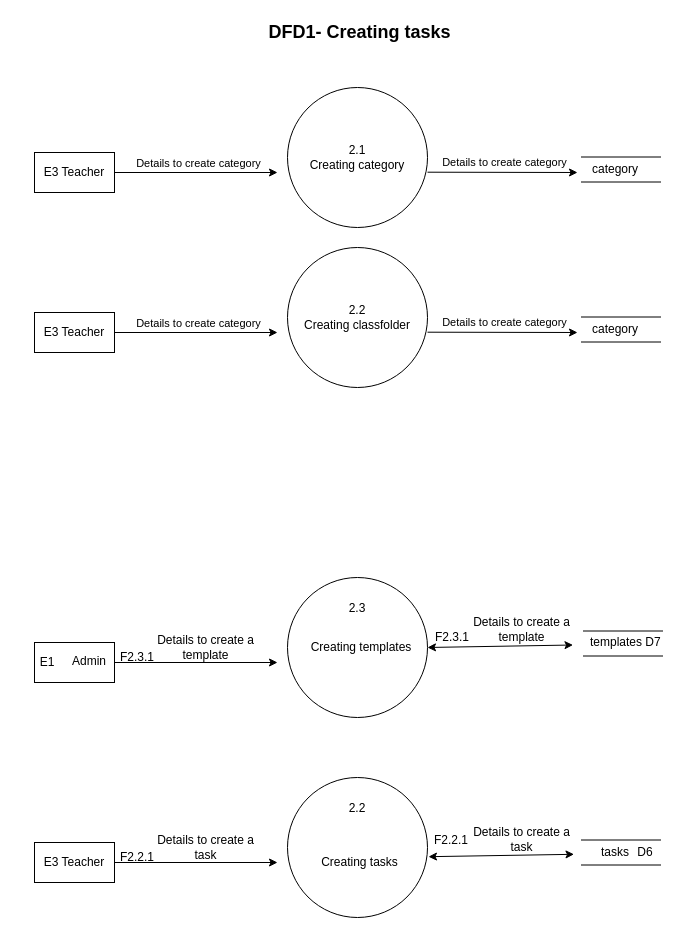
The draw.io diagram page "DFD 1 Manage task" (4 of 5) of code/docs/diagrams.drawio in alsousha/projectFinish, before the edit. Source tidied: cells renumbered, new cells numbered last; positions are measured from the earlier drawing's top-left corner, leaving out a move shared by most shapes. Both pictures are drawn from the tidied source at 100%, with x=0, y=0 at pixel (17, 17).
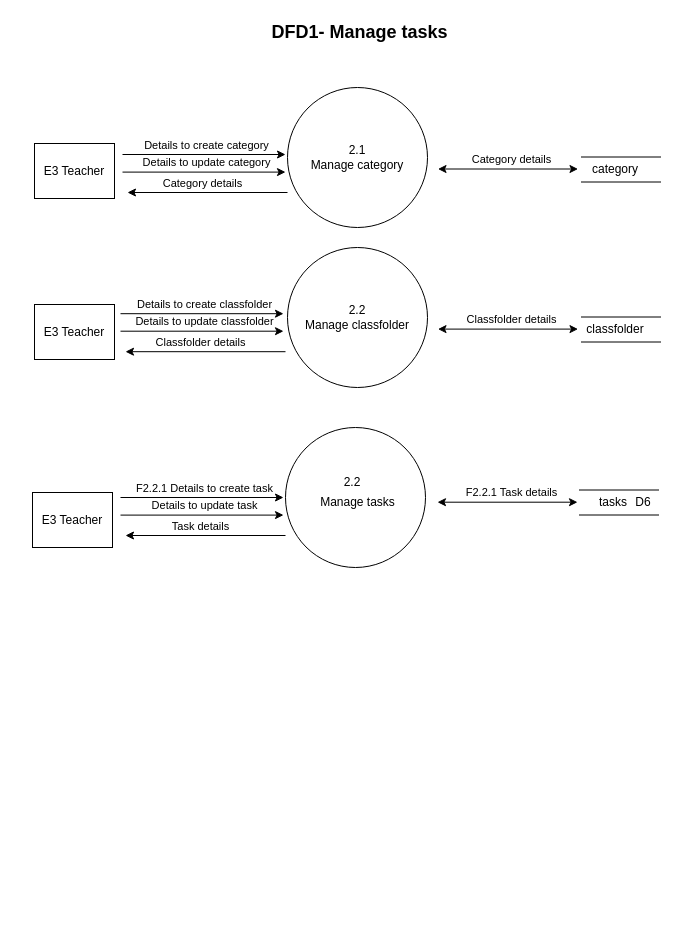
Above is the later version.

Change to the diagram source:
```diff
@@
-    <mxCell id="2" value="&lt;font style=&quot;&quot;&gt;&lt;span style=&quot;font-size: 18px;&quot;&gt;&lt;b&gt;DFD1- Creating tasks&amp;nbsp;&lt;/b&gt;&lt;/span&gt;&lt;/font&gt;" style="text;html=1;strokeColor=none;fillColor=none;align=center;verticalAlign=middle;whiteSpace=wrap;rounded=0;" parent="1" vertex="1">
+    <mxCell id="2" value="&lt;font&gt;&lt;span style=&quot;font-size: 18px&quot;&gt;&lt;b&gt;DFD1- Manage tasks&amp;nbsp;&lt;/b&gt;&lt;/span&gt;&lt;/font&gt;" style="text;html=1;strokeColor=none;fillColor=none;align=center;verticalAlign=middle;whiteSpace=wrap;rounded=0;" parent="1" vertex="1">
       <mxGeometry x="230" width="230" height="30" as="geometry" />
     </mxCell>
-    <mxCell id="3" value="2.1&lt;br&gt;Creating category" style="ellipse;whiteSpace=wrap;html=1;rounded=0;" parent="1" vertex="1">
+    <mxCell id="3" value="2.1&lt;br&gt;Manage category" style="ellipse;whiteSpace=wrap;html=1;rounded=0;" parent="1" vertex="1">
       <mxGeometry x="270" y="70" width="140" height="140" as="geometry" />
     </mxCell>
@@
     <mxCell id="7" value="E3 Teacher" style="rounded=0;whiteSpace=wrap;html=1;" parent="1" vertex="1">
-      <mxGeometry x="17" y="135" width="80" height="40" as="geometry" />
+      <mxGeometry x="17" y="126" width="80" height="55" as="geometry" />
     </mxCell>
     <mxCell id="8" style="endArrow=classic;html=1;rounded=0;" parent="1" edge="1">
       <mxGeometry relative="1" as="geometry">
-        <mxPoint x="97" y="155" as="sourcePoint" />
-        <mxPoint x="260" y="155" as="targetPoint" />
+        <mxPoint x="105" y="137" as="sourcePoint" />
+        <mxPoint x="268" y="137" as="targetPoint" />
       </mxGeometry>
     </mxCell>
@@
-    <mxCell id="10" style="ellipse;whiteSpace=wrap;html=1;rounded=0;" parent="1" vertex="1">
-      <mxGeometry x="270" y="560" width="140" height="140" as="geometry" />
-    </mxCell>
-    <mxCell id="11" value="2.3" style="text;html=1;strokeColor=none;fillColor=none;align=center;verticalAlign=middle;whiteSpace=wrap;rounded=0;" parent="1" vertex="1">
-      <mxGeometry x="310" y="576" width="60" height="30" as="geometry" />
-    </mxCell>
-    <mxCell id="12" value="Creating templates" style="text;html=1;strokeColor=none;fillColor=none;align=center;verticalAlign=middle;whiteSpace=wrap;rounded=0;" parent="1" vertex="1">
-      <mxGeometry x="288" y="615" width="112" height="30" as="geometry" />
-    </mxCell>
-    <mxCell id="13" style="endArrow=none;html=1;rounded=0;" parent="1" edge="1">
-      <mxGeometry relative="1" as="geometry">
-        <mxPoint x="565.5" y="638.5" as="sourcePoint" />
-        <mxPoint x="645.5" y="638.5" as="targetPoint" />
-      </mxGeometry>
-    </mxCell>
-    <mxCell id="14" style="endArrow=none;html=1;rounded=0;" parent="1" edge="1">
-      <mxGeometry relative="1" as="geometry">
-        <mxPoint x="565.5" y="613.5" as="sourcePoint" />
-        <mxPoint x="645.5" y="613.5" as="targetPoint" />
-        <Array as="points">
-          <mxPoint x="645.5" y="613.5" />
-        </Array>
-      </mxGeometry>
-    </mxCell>
-    <mxCell id="15" value="templates" style="text;html=1;strokeColor=none;fillColor=none;align=center;verticalAlign=middle;whiteSpace=wrap;rounded=0;" parent="1" vertex="1">
-      <mxGeometry x="569" y="610" width="60" height="30" as="geometry" />
-    </mxCell>
-    <mxCell id="16" style="rounded=0;whiteSpace=wrap;html=1;" parent="1" vertex="1">
-      <mxGeometry x="17" y="625" width="80" height="40" as="geometry" />
-    </mxCell>
-    <mxCell id="17" value="E1" style="text;html=1;strokeColor=none;fillColor=none;align=center;verticalAlign=middle;whiteSpace=wrap;rounded=0;" parent="1" vertex="1">
-      <mxGeometry y="630" width="60" height="30" as="geometry" />
-    </mxCell>
-    <mxCell id="18" style="endArrow=classic;html=1;rounded=0;" parent="1" edge="1">
-      <mxGeometry relative="1" as="geometry">
-        <mxPoint x="97" y="645" as="sourcePoint" />
-        <mxPoint x="260" y="645" as="targetPoint" />
-      </mxGeometry>
-    </mxCell>
-    <mxCell id="19" style="endArrow=classic;startArrow=classic;html=1;rounded=0;exitX=1;exitY=0.5;exitDx=0;exitDy=0;" parent="1" edge="1" source="10">
-      <mxGeometry relative="1" as="geometry">
-        <mxPoint x="555.5" y="627.5" as="targetPoint" />
-      </mxGeometry>
-    </mxCell>
-    <mxCell id="20" value="Details to create a template" style="text;html=1;strokeColor=none;fillColor=none;align=center;verticalAlign=middle;whiteSpace=wrap;rounded=0;" parent="1" vertex="1">
-      <mxGeometry x="445.5" y="597" width="117" height="30" as="geometry" />
-    </mxCell>
-    <mxCell id="21" value="F2.3.1" style="text;html=1;strokeColor=none;fillColor=none;align=center;verticalAlign=middle;whiteSpace=wrap;rounded=0;" parent="1" vertex="1">
-      <mxGeometry x="90" y="625" width="60" height="30" as="geometry" />
-    </mxCell>
-    <mxCell id="22" value="Admin" style="text;html=1;strokeColor=none;fillColor=none;align=center;verticalAlign=middle;whiteSpace=wrap;rounded=0;" parent="1" vertex="1">
-      <mxGeometry x="42" y="629" width="60" height="30" as="geometry" />
-    </mxCell>
-    <mxCell id="23" value="Details to create a template" style="text;html=1;strokeColor=none;fillColor=none;align=center;verticalAlign=middle;whiteSpace=wrap;rounded=0;" parent="1" vertex="1">
-      <mxGeometry x="130" y="615" width="117" height="30" as="geometry" />
-    </mxCell>
-    <mxCell id="24" value="F2.3.1" style="text;html=1;strokeColor=none;fillColor=none;align=center;verticalAlign=middle;whiteSpace=wrap;rounded=0;" parent="1" vertex="1">
-      <mxGeometry x="405" y="605" width="60" height="30" as="geometry" />
-    </mxCell>
-    <mxCell id="25" value="D7" style="text;html=1;strokeColor=none;fillColor=none;align=center;verticalAlign=middle;whiteSpace=wrap;rounded=0;" parent="1" vertex="1">
-      <mxGeometry x="606" y="610" width="60" height="30" as="geometry" />
-    </mxCell>
     <mxCell id="26" style="ellipse;whiteSpace=wrap;html=1;rounded=0;" parent="1" vertex="1">
-      <mxGeometry x="270" y="760" width="140" height="140" as="geometry" />
+      <mxGeometry x="268" y="410" width="140" height="140" as="geometry" />
     </mxCell>
     <mxCell id="27" value="2.2" style="text;html=1;strokeColor=none;fillColor=none;align=center;verticalAlign=middle;whiteSpace=wrap;rounded=0;" parent="1" vertex="1">
-      <mxGeometry x="310" y="776" width="60" height="30" as="geometry" />
+      <mxGeometry x="305" y="450" width="60" height="30" as="geometry" />
     </mxCell>
-    <mxCell id="28" value="Creating tasks" style="text;html=1;strokeColor=none;fillColor=none;align=center;verticalAlign=middle;whiteSpace=wrap;rounded=0;" parent="1" vertex="1">
-      <mxGeometry x="295" y="830" width="95" height="30" as="geometry" />
+    <mxCell id="28" value="Manage tasks" style="text;html=1;strokeColor=none;fillColor=none;align=center;verticalAlign=middle;whiteSpace=wrap;rounded=0;" parent="1" vertex="1">
+      <mxGeometry x="292.5" y="445" width="95" height="80" as="geometry" />
     </mxCell>
     <mxCell id="29" style="endArrow=none;html=1;rounded=0;" parent="1" edge="1">
       <mxGeometry relative="1" as="geometry">
-        <mxPoint x="563.5" y="847.5" as="sourcePoint" />
-        <mxPoint x="643.5" y="847.5" as="targetPoint" />
+        <mxPoint x="561.5" y="497.5" as="sourcePoint" />
+        <mxPoint x="641.5" y="497.5" as="targetPoint" />
       </mxGeometry>
     </mxCell>
     <mxCell id="30" style="endArrow=none;html=1;rounded=0;" parent="1" edge="1">
       <mxGeometry relative="1" as="geometry">
-        <mxPoint x="563.5" y="822.5" as="sourcePoint" />
-        <mxPoint x="643.5" y="822.5" as="targetPoint" />
+        <mxPoint x="561.5" y="472.5" as="sourcePoint" />
+        <mxPoint x="641.5" y="472.5" as="targetPoint" />
         <Array as="points">
-          <mxPoint x="643.5" y="822.5" />
+          <mxPoint x="641.5" y="472.5" />
         </Array>
       </mxGeometry>
     </mxCell>
     <mxCell id="31" value="tasks" style="text;html=1;strokeColor=none;fillColor=none;align=center;verticalAlign=middle;whiteSpace=wrap;rounded=0;" parent="1" vertex="1">
-      <mxGeometry x="568" y="820" width="60" height="30" as="geometry" />
+      <mxGeometry x="566" y="470" width="60" height="30" as="geometry" />
     </mxCell>
     <mxCell id="32" value="E3 Teacher" style="rounded=0;whiteSpace=wrap;html=1;" parent="1" vertex="1">
-      <mxGeometry x="17" y="825" width="80" height="40" as="geometry" />
+      <mxGeometry x="15" y="475" width="80" height="55" as="geometry" />
     </mxCell>
-    <mxCell id="33" style="endArrow=classic;html=1;rounded=0;" parent="1" edge="1">
-      <mxGeometry relative="1" as="geometry">
-        <mxPoint x="97" y="845" as="sourcePoint" />
-        <mxPoint x="260" y="845" as="targetPoint" />
-      </mxGeometry>
-    </mxCell>
-    <mxCell id="34" value="Details to create a task" style="text;html=1;strokeColor=none;fillColor=none;align=center;verticalAlign=middle;whiteSpace=wrap;rounded=0;" parent="1" vertex="1">
-      <mxGeometry x="445.5" y="807" width="117" height="30" as="geometry" />
-    </mxCell>
-    <mxCell id="35" value="F2.2.1" style="text;html=1;strokeColor=none;fillColor=none;align=center;verticalAlign=middle;whiteSpace=wrap;rounded=0;" parent="1" vertex="1">
-      <mxGeometry x="90" y="825" width="60" height="30" as="geometry" />
-    </mxCell>
-    <mxCell id="36" value="Details to create a task" style="text;html=1;strokeColor=none;fillColor=none;align=center;verticalAlign=middle;whiteSpace=wrap;rounded=0;" parent="1" vertex="1">
-      <mxGeometry x="130" y="815" width="117" height="30" as="geometry" />
-    </mxCell>
-    <mxCell id="37" value="F2.2.1" style="text;html=1;strokeColor=none;fillColor=none;align=center;verticalAlign=middle;whiteSpace=wrap;rounded=0;" parent="1" vertex="1">
-      <mxGeometry x="404" y="808" width="60" height="30" as="geometry" />
-    </mxCell>
-    <mxCell id="38" style="endArrow=classic;startArrow=classic;html=1;rounded=0;exitX=1;exitY=0.5;exitDx=0;exitDy=0;" parent="1" edge="1">
-      <mxGeometry relative="1" as="geometry">
-        <mxPoint x="411" y="839.2" as="sourcePoint" />
-        <mxPoint x="556.5" y="836.8" as="targetPoint" />
-      </mxGeometry>
-    </mxCell>
     <mxCell id="39" value="D6" style="text;html=1;strokeColor=none;fillColor=none;align=center;verticalAlign=middle;whiteSpace=wrap;rounded=0;" parent="1" vertex="1">
-      <mxGeometry x="598" y="820" width="60" height="30" as="geometry" />
+      <mxGeometry x="596" y="470" width="60" height="30" as="geometry" />
     </mxCell>
-    <mxCell id="40" style="endArrow=classic;html=1;rounded=0;" parent="1" edge="1">
-      <mxGeometry relative="1" as="geometry">
-        <mxPoint x="410" y="154.7" as="sourcePoint" />
-        <mxPoint x="560" y="155" as="targetPoint" />
-      </mxGeometry>
-    </mxCell>
-    <mxCell id="41" value="Details to create category" style="edgeLabel;html=1;align=center;verticalAlign=middle;" parent="40" vertex="1">
-      <mxGeometry x="0.1" y="-1" relative="1" as="geometry">
-        <mxPoint x="-6.7" y="-11" as="offset" />
-      </mxGeometry>
-    </mxCell>
-    <mxCell id="42" value="2.2&lt;br&gt;Creating classfolder" style="ellipse;whiteSpace=wrap;html=1;rounded=0;" parent="1" vertex="1">
+    <mxCell id="42" value="2.2&lt;br&gt;Manage classfolder" style="ellipse;whiteSpace=wrap;html=1;rounded=0;" parent="1" vertex="1">
       <mxGeometry x="270" y="230" width="140" height="140" as="geometry" />
     </mxCell>
@@
-    <mxCell id="45" value="category" style="text;html=1;strokeColor=none;fillColor=none;align=center;verticalAlign=middle;whiteSpace=wrap;rounded=0;" parent="1" vertex="1">
+    <mxCell id="45" value="classfolder" style="text;html=1;strokeColor=none;fillColor=none;align=center;verticalAlign=middle;whiteSpace=wrap;rounded=0;" parent="1" vertex="1">
       <mxGeometry x="568" y="297" width="60" height="30" as="geometry" />
     </mxCell>
     <mxCell id="46" value="E3 Teacher" style="rounded=0;whiteSpace=wrap;html=1;" parent="1" vertex="1">
-      <mxGeometry x="17" y="295" width="80" height="40" as="geometry" />
+      <mxGeometry x="17" y="287" width="80" height="55" as="geometry" />
     </mxCell>
-    <mxCell id="47" style="endArrow=classic;html=1;rounded=0;" parent="1" edge="1">
-      <mxGeometry relative="1" as="geometry">
-        <mxPoint x="97" y="315" as="sourcePoint" />
-        <mxPoint x="260" y="315" as="targetPoint" />
-      </mxGeometry>
-    </mxCell>
-    <mxCell id="48" value="Details to create category" style="edgeLabel;html=1;align=center;verticalAlign=middle;" parent="47" vertex="1">
-      <mxGeometry x="0.1" y="-1" relative="1" as="geometry">
-        <mxPoint x="-6.7" y="-11" as="offset" />
-      </mxGeometry>
-    </mxCell>
-    <mxCell id="49" style="endArrow=classic;html=1;rounded=0;" parent="1" edge="1">
-      <mxGeometry relative="1" as="geometry">
-        <mxPoint x="410" y="314.7" as="sourcePoint" />
-        <mxPoint x="560" y="315" as="targetPoint" />
-      </mxGeometry>
-    </mxCell>
-    <mxCell id="50" value="Details to create category" style="edgeLabel;html=1;align=center;verticalAlign=middle;" parent="49" vertex="1">
-      <mxGeometry x="0.1" y="-1" relative="1" as="geometry">
-        <mxPoint x="-6.7" y="-11" as="offset" />
-      </mxGeometry>
-    </mxCell>
+    <mxCell id="51" style="endArrow=classic;html=1;rounded=0;" parent="1" edge="1">
+      <mxGeometry relative="1" as="geometry">
+        <mxPoint x="105" y="154.6" as="sourcePoint" />
+        <mxPoint x="268" y="154.6" as="targetPoint" />
+      </mxGeometry>
+    </mxCell>
+    <mxCell id="52" value="Details to update category" style="edgeLabel;html=1;align=center;verticalAlign=middle;" parent="51" vertex="1">
+      <mxGeometry x="0.1" y="-1" relative="1" as="geometry">
+        <mxPoint x="-6.7" y="-11" as="offset" />
+      </mxGeometry>
+    </mxCell>
+    <mxCell id="53" style="endArrow=classic;startArrow=classic;html=1;" parent="1" edge="1">
+      <mxGeometry relative="1" as="geometry">
+        <mxPoint x="420.5" y="151.5" as="sourcePoint" />
+        <mxPoint x="560.5" y="151.5" as="targetPoint" />
+      </mxGeometry>
+    </mxCell>
+    <mxCell id="54" value="Category details" style="edgeLabel;html=1;align=center;verticalAlign=middle;" parent="53" vertex="1">
+      <mxGeometry x="0.18" y="-3" relative="1" as="geometry">
+        <mxPoint x="-10" y="-13" as="offset" />
+      </mxGeometry>
+    </mxCell>
+    <mxCell id="55" style="endArrow=classic;html=1;" parent="1" edge="1">
+      <mxGeometry relative="1" as="geometry">
+        <mxPoint x="270" y="175" as="sourcePoint" />
+        <mxPoint x="110" y="175" as="targetPoint" />
+      </mxGeometry>
+    </mxCell>
+    <mxCell id="56" value="Category details" style="edgeLabel;html=1;align=center;verticalAlign=middle;" parent="55" vertex="1">
+      <mxGeometry x="0.23" y="2" relative="1" as="geometry">
+        <mxPoint x="12.5" y="-12" as="offset" />
+      </mxGeometry>
+    </mxCell>
+    <mxCell id="57" style="endArrow=classic;startArrow=classic;html=1;" parent="1" edge="1">
+      <mxGeometry relative="1" as="geometry">
+        <mxPoint x="420.5" y="311.6" as="sourcePoint" />
+        <mxPoint x="560.5" y="311.6" as="targetPoint" />
+      </mxGeometry>
+    </mxCell>
+    <mxCell id="58" value="Classfolder details" style="edgeLabel;html=1;align=center;verticalAlign=middle;" parent="57" vertex="1">
+      <mxGeometry x="0.18" y="-3" relative="1" as="geometry">
+        <mxPoint x="-10" y="-13" as="offset" />
+      </mxGeometry>
+    </mxCell>
+    <mxCell id="59" style="endArrow=classic;html=1;rounded=0;" parent="1" edge="1">
+      <mxGeometry relative="1" as="geometry">
+        <mxPoint x="103" y="296.2" as="sourcePoint" />
+        <mxPoint x="266" y="296.2" as="targetPoint" />
+      </mxGeometry>
+    </mxCell>
+    <mxCell id="60" value="Details to create classfolder" style="edgeLabel;html=1;align=center;verticalAlign=middle;" parent="59" vertex="1">
+      <mxGeometry x="0.1" y="-1" relative="1" as="geometry">
+        <mxPoint x="-6.7" y="-11" as="offset" />
+      </mxGeometry>
+    </mxCell>
+    <mxCell id="61" style="endArrow=classic;html=1;rounded=0;" parent="1" edge="1">
+      <mxGeometry relative="1" as="geometry">
+        <mxPoint x="103" y="313.7" as="sourcePoint" />
+        <mxPoint x="266" y="313.7" as="targetPoint" />
+      </mxGeometry>
+    </mxCell>
+    <mxCell id="62" value="Details to update classfolder" style="edgeLabel;html=1;align=center;verticalAlign=middle;" parent="61" vertex="1">
+      <mxGeometry x="0.1" y="-1" relative="1" as="geometry">
+        <mxPoint x="-6.7" y="-11" as="offset" />
+      </mxGeometry>
+    </mxCell>
+    <mxCell id="63" style="endArrow=classic;html=1;" parent="1" edge="1">
+      <mxGeometry relative="1" as="geometry">
+        <mxPoint x="268" y="334.2" as="sourcePoint" />
+        <mxPoint x="108" y="334.2" as="targetPoint" />
+      </mxGeometry>
+    </mxCell>
+    <mxCell id="64" value="Classfolder details" style="edgeLabel;html=1;align=center;verticalAlign=middle;" parent="63" vertex="1">
+      <mxGeometry x="0.23" y="2" relative="1" as="geometry">
+        <mxPoint x="12.5" y="-12" as="offset" />
+      </mxGeometry>
+    </mxCell>
+    <mxCell id="65" style="endArrow=classic;html=1;rounded=0;" parent="1" edge="1">
+      <mxGeometry relative="1" as="geometry">
+        <mxPoint x="103" y="480" as="sourcePoint" />
+        <mxPoint x="266" y="480" as="targetPoint" />
+      </mxGeometry>
+    </mxCell>
+    <mxCell id="66" value="F2.2.1 Details to create task" style="edgeLabel;html=1;align=center;verticalAlign=middle;" parent="65" vertex="1">
+      <mxGeometry x="0.1" y="-1" relative="1" as="geometry">
+        <mxPoint x="-6.7" y="-11" as="offset" />
+      </mxGeometry>
+    </mxCell>
+    <mxCell id="67" style="endArrow=classic;html=1;rounded=0;" parent="1" edge="1">
+      <mxGeometry relative="1" as="geometry">
+        <mxPoint x="103" y="497.6" as="sourcePoint" />
+        <mxPoint x="266" y="497.6" as="targetPoint" />
+      </mxGeometry>
+    </mxCell>
+    <mxCell id="68" value="Details to update task" style="edgeLabel;html=1;align=center;verticalAlign=middle;" parent="67" vertex="1">
+      <mxGeometry x="0.1" y="-1" relative="1" as="geometry">
+        <mxPoint x="-6.7" y="-11" as="offset" />
+      </mxGeometry>
+    </mxCell>
+    <mxCell id="69" style="endArrow=classic;html=1;" parent="1" edge="1">
+      <mxGeometry relative="1" as="geometry">
+        <mxPoint x="268" y="518" as="sourcePoint" />
+        <mxPoint x="108" y="518" as="targetPoint" />
+      </mxGeometry>
+    </mxCell>
+    <mxCell id="70" value="Task details" style="edgeLabel;html=1;align=center;verticalAlign=middle;" parent="69" vertex="1">
+      <mxGeometry x="0.23" y="2" relative="1" as="geometry">
+        <mxPoint x="12.5" y="-12" as="offset" />
+      </mxGeometry>
+    </mxCell>
+    <mxCell id="71" style="endArrow=classic;startArrow=classic;html=1;" parent="1" edge="1">
+      <mxGeometry relative="1" as="geometry">
+        <mxPoint x="420" y="484.7" as="sourcePoint" />
+        <mxPoint x="560" y="484.7" as="targetPoint" />
+      </mxGeometry>
+    </mxCell>
+    <mxCell id="72" value="F2.2.1 Task details" style="edgeLabel;html=1;align=center;verticalAlign=middle;" parent="71" vertex="1">
+      <mxGeometry x="0.18" y="-3" relative="1" as="geometry">
+        <mxPoint x="-10" y="-13" as="offset" />
+      </mxGeometry>
+    </mxCell>
```
